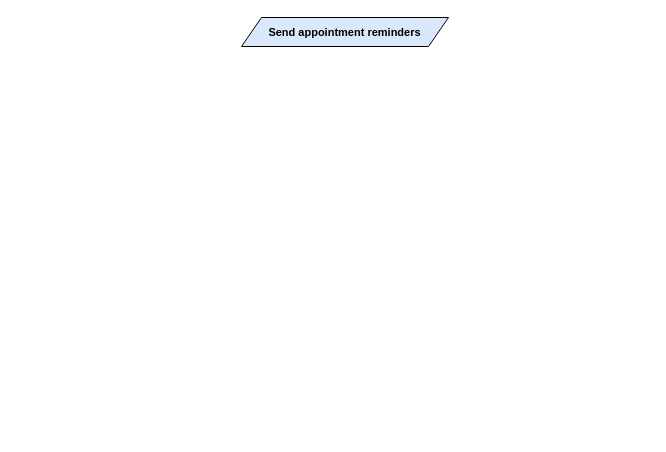
This is Kaos/KAOS 10.drawio from RafaelCMira/myclinic-msp-project, a draw.io file, before an edit. Source tidied: cells renumbered, new cells numbered last; positions are measured from the earlier drawing's top-left corner, leaving out a move shared by most shapes. Both pictures are drawn from the tidied source at 100%, with x=0, y=0 at pixel (241, 17).
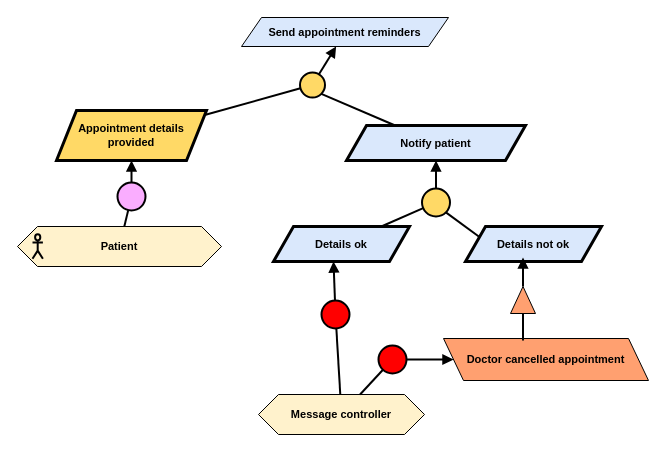
The same diagram, later.

The change refers to these unchanged cells:
```xml
<mxCell id="2" value="&lt;b&gt;Send appointment reminders&lt;/b&gt;" style="shape=parallelogram;perimeter=parallelogramPerimeter;whiteSpace=wrap;html=1;fixedSize=1;fillColor=#dae8fc;strokeColor=#000000;fontFamily=Helvetica;fontSize=11;fontColor=default;labelBackgroundColor=none;" parent="1" vertex="1">
  <mxGeometry width="207" height="29" as="geometry" />
</mxCell>
```

Diff of the diagram source:
```diff
@@
+    <mxCell id="3" value="&lt;b&gt;Appointment details provided&lt;/b&gt;" style="shape=parallelogram;perimeter=parallelogramPerimeter;whiteSpace=wrap;html=1;fixedSize=1;fillColor=#FFD966;strokeColor=#000000;strokeWidth=3;fontFamily=Helvetica;fontSize=11;fontColor=default;labelBackgroundColor=none;" parent="1" vertex="1">
+      <mxGeometry x="-185" y="93" width="150" height="50" as="geometry" />
+    </mxCell>
+    <mxCell id="4" style="ellipse;whiteSpace=wrap;html=1;fillColor=#FFD966;strokeWidth=2;" parent="1" vertex="1">
+      <mxGeometry x="58.5" y="55" width="25" height="25" as="geometry" />
+    </mxCell>
+    <mxCell id="5" style="endArrow=block;html=1;rounded=0;endFill=1;strokeWidth=2;" parent="1" edge="1" source="4" target="2">
+      <mxGeometry relative="1" as="geometry" />
+    </mxCell>
+    <mxCell id="6" style="endArrow=none;html=1;rounded=0;strokeWidth=2;" parent="1" edge="1" source="3" target="4">
+      <mxGeometry relative="1" as="geometry" />
+    </mxCell>
+    <mxCell id="7" style="group;fontFamily=Helvetica;fontSize=11;fontColor=default;labelBackgroundColor=default;" parent="1" vertex="1">
+      <mxGeometry x="-224" y="209" width="204" height="40" as="geometry" />
+    </mxCell>
+    <mxCell id="8" value="&lt;div&gt;&lt;b&gt;Patient&lt;/b&gt;&lt;/div&gt;" style="shape=hexagon;perimeter=hexagonPerimeter2;whiteSpace=wrap;html=1;fixedSize=1;fillColor=#FFF2CC;fontFamily=Helvetica;fontSize=11;fontColor=default;labelBackgroundColor=none;" parent="7" vertex="1">
+      <mxGeometry width="204" height="40" as="geometry" />
+    </mxCell>
+    <mxCell id="9" style="shape=umlActor;verticalLabelPosition=bottom;verticalAlign=top;html=1;fillColor=none;strokeWidth=2;fontFamily=Helvetica;fontSize=11;fontColor=default;labelBackgroundColor=default;" parent="7" vertex="1">
+      <mxGeometry x="15" y="7.8" width="10.4" height="24.5" as="geometry" />
+    </mxCell>
+    <mxCell id="10" style="ellipse;whiteSpace=wrap;html=1;fillColor=#FAADFF;strokeWidth=2;fontFamily=Helvetica;fontSize=11;fontColor=default;labelBackgroundColor=default;" parent="1" vertex="1">
+      <mxGeometry x="-124" y="165" width="28" height="28" as="geometry" />
+    </mxCell>
+    <mxCell id="11" style="endArrow=block;html=1;rounded=0;endFill=1;strokeWidth=2;strokeColor=default;align=center;verticalAlign=middle;fontFamily=Helvetica;fontSize=11;fontColor=default;labelBackgroundColor=default;" parent="1" edge="1" source="10" target="3">
+      <mxGeometry relative="1" as="geometry" />
+    </mxCell>
+    <mxCell id="12" style="endArrow=none;html=1;rounded=0;strokeWidth=2;strokeColor=default;align=center;verticalAlign=middle;fontFamily=Helvetica;fontSize=11;fontColor=default;labelBackgroundColor=default;" parent="1" edge="1" source="8" target="10">
+      <mxGeometry relative="1" as="geometry" />
+    </mxCell>
+    <mxCell id="13" value="&lt;b&gt;Notify patient&lt;/b&gt;" style="shape=parallelogram;perimeter=parallelogramPerimeter;whiteSpace=wrap;html=1;fixedSize=1;fillColor=#dae8fc;strokeColor=#000000;strokeWidth=3;fontFamily=Helvetica;fontSize=11;fontColor=default;labelBackgroundColor=none;" parent="1" vertex="1">
+      <mxGeometry x="105" y="108" width="179" height="35" as="geometry" />
+    </mxCell>
+    <mxCell id="14" style="endArrow=none;html=1;rounded=0;strokeWidth=2;entryX=1;entryY=1;entryDx=0;entryDy=0;" parent="1" edge="1" source="13" target="4">
+      <mxGeometry relative="1" as="geometry" />
+    </mxCell>
+    <mxCell id="15" value="Doctor cancelled appointment" style="shape=parallelogram;perimeter=parallelogramPerimeter;whiteSpace=wrap;html=1;fixedSize=1;fillColor=#FFA070;fontStyle=1;fontFamily=Helvetica;fontSize=11;fontColor=default;labelBackgroundColor=none;flipH=1;flipV=0;" parent="1" vertex="1">
+      <mxGeometry x="202" y="321" width="205" height="42" as="geometry" />
+    </mxCell>
+    <mxCell id="16" value="&lt;b&gt;Details ok&lt;/b&gt;" style="shape=parallelogram;perimeter=parallelogramPerimeter;whiteSpace=wrap;html=1;fixedSize=1;fillColor=#dae8fc;strokeColor=#000000;strokeWidth=3;fontFamily=Helvetica;fontSize=11;fontColor=default;labelBackgroundColor=none;" parent="1" vertex="1">
+      <mxGeometry x="32" y="209" width="136" height="35" as="geometry" />
+    </mxCell>
+    <mxCell id="17" value="&lt;b&gt;Details not&lt;/b&gt;&lt;b style=&quot;background-color: initial;&quot;&gt;&amp;nbsp;ok&lt;/b&gt;" style="shape=parallelogram;perimeter=parallelogramPerimeter;whiteSpace=wrap;html=1;fixedSize=1;fillColor=#dae8fc;strokeColor=#000000;strokeWidth=3;fontFamily=Helvetica;fontSize=11;fontColor=default;labelBackgroundColor=none;" parent="1" vertex="1">
+      <mxGeometry x="224" y="209" width="136" height="35" as="geometry" />
+    </mxCell>
+    <mxCell id="18" style="ellipse;whiteSpace=wrap;html=1;fillColor=#FFD966;strokeWidth=2;" parent="1" vertex="1">
+      <mxGeometry x="180.5" y="171" width="28" height="28" as="geometry" />
+    </mxCell>
+    <mxCell id="19" style="endArrow=block;html=1;rounded=0;endFill=1;strokeWidth=2;" parent="1" edge="1" source="18" target="13">
+      <mxGeometry relative="1" as="geometry" />
+    </mxCell>
+    <mxCell id="20" style="endArrow=none;html=1;rounded=0;strokeWidth=2;" parent="1" edge="1" source="16" target="18">
+      <mxGeometry relative="1" as="geometry" />
+    </mxCell>
+    <mxCell id="21" style="endArrow=none;html=1;rounded=0;strokeWidth=2;exitX=0;exitY=0.25;exitDx=0;exitDy=0;entryX=1;entryY=1;entryDx=0;entryDy=0;" parent="1" edge="1" source="17" target="18">
+      <mxGeometry relative="1" as="geometry" />
+    </mxCell>
+    <mxCell id="22" style="endArrow=block;html=1;rounded=0;endFill=1;strokeWidth=2;" parent="1" edge="1" source="24">
+      <mxGeometry relative="1" as="geometry">
+        <mxPoint x="281.5" y="240" as="targetPoint" />
+      </mxGeometry>
+    </mxCell>
+    <mxCell id="23" style="endArrow=none;html=1;rounded=0;strokeWidth=2;" parent="1" edge="1" target="24">
+      <mxGeometry relative="1" as="geometry">
+        <mxPoint x="281.5" y="323" as="sourcePoint" />
+      </mxGeometry>
+    </mxCell>
+    <mxCell id="24" style="triangle;whiteSpace=wrap;html=1;rotation=-90;fillColor=#FFA070;" parent="1" vertex="1">
+      <mxGeometry x="268" y="270" width="27" height="25" as="geometry" />
+    </mxCell>
+    <mxCell id="25" value="&lt;div&gt;&lt;b&gt;Message controller&lt;/b&gt;&lt;/div&gt;" style="shape=hexagon;perimeter=hexagonPerimeter2;whiteSpace=wrap;html=1;fixedSize=1;fillColor=#FFF2CC;fontFamily=Helvetica;fontSize=11;fontColor=default;labelBackgroundColor=none;" parent="1" vertex="1">
+      <mxGeometry x="17" y="377" width="166" height="40" as="geometry" />
+    </mxCell>
+    <mxCell id="26" style="ellipse;whiteSpace=wrap;html=1;fillColor=#FF0000;strokeWidth=2;" parent="1" vertex="1">
+      <mxGeometry x="80" y="283" width="28" height="28" as="geometry" />
+    </mxCell>
+    <mxCell id="27" style="endArrow=block;html=1;rounded=0;endFill=1;strokeWidth=2;" parent="1" edge="1" source="26">
+      <mxGeometry relative="1" as="geometry">
+        <mxPoint x="92" y="244" as="targetPoint" />
+      </mxGeometry>
+    </mxCell>
+    <mxCell id="28" style="endArrow=none;html=1;rounded=0;strokeWidth=2;" parent="1" edge="1" source="25" target="26">
+      <mxGeometry relative="1" as="geometry" />
+    </mxCell>
+    <mxCell id="29" style="ellipse;whiteSpace=wrap;html=1;fillColor=#FF0000;strokeWidth=2;" parent="1" vertex="1">
+      <mxGeometry x="137" y="328" width="28" height="28" as="geometry" />
+    </mxCell>
+    <mxCell id="30" style="endArrow=block;html=1;rounded=0;endFill=1;strokeWidth=2;" parent="1" edge="1" source="29" target="15">
+      <mxGeometry relative="1" as="geometry" />
+    </mxCell>
+    <mxCell id="31" style="endArrow=none;html=1;rounded=0;strokeWidth=2;" parent="1" edge="1" source="25" target="29">
+      <mxGeometry relative="1" as="geometry" />
+    </mxCell>
```
